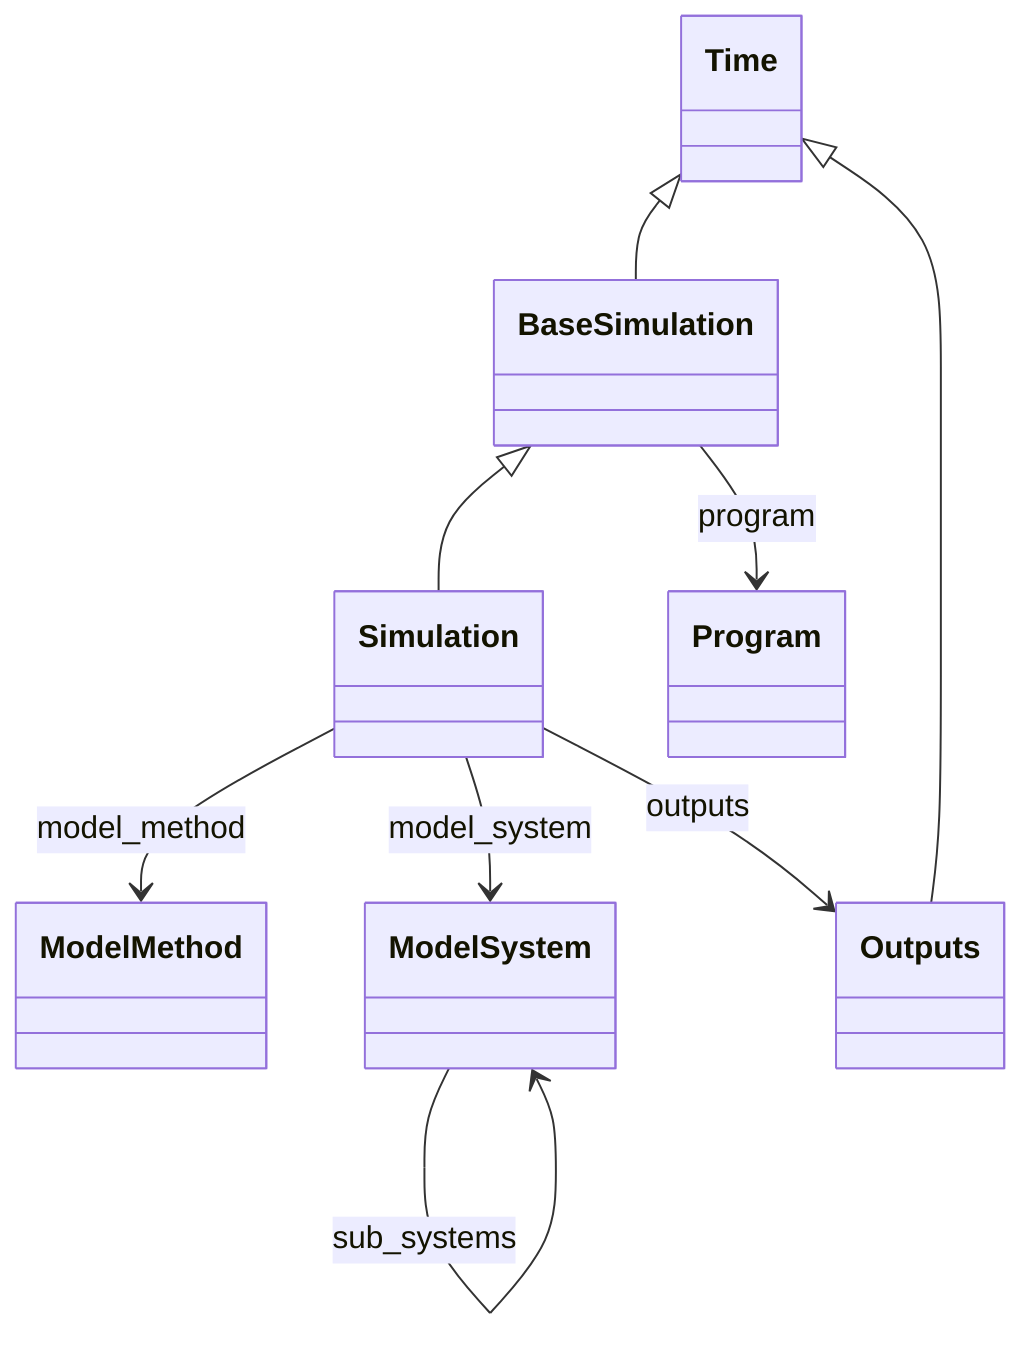
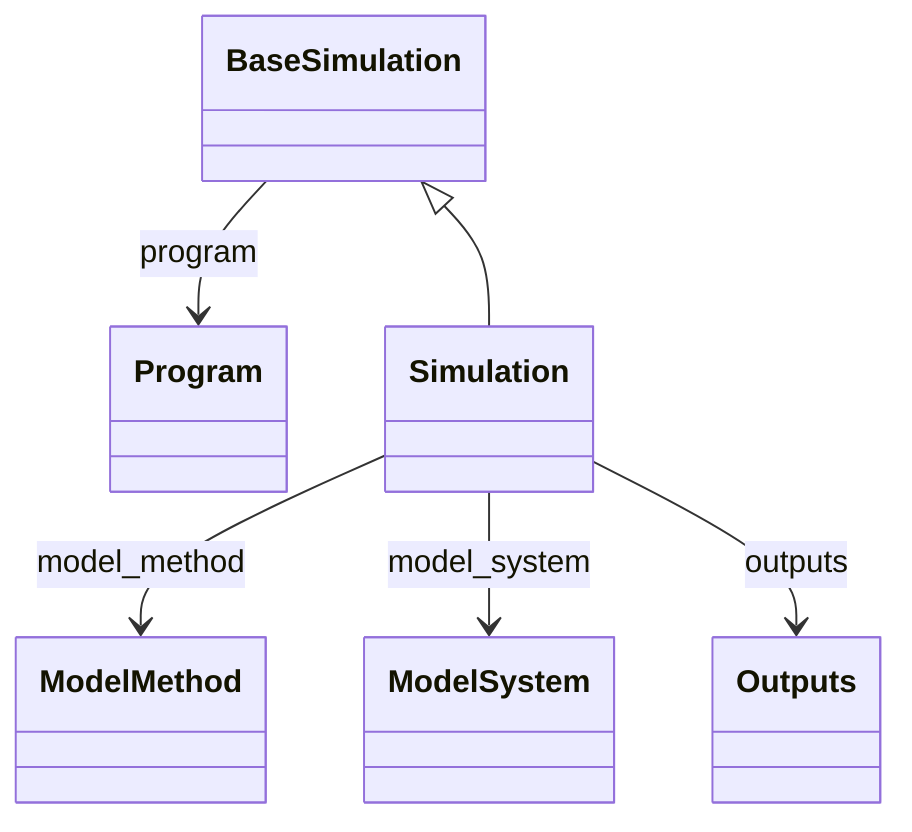
classDiagram
    class BaseSimulation
    class ModelMethod
    class ModelSystem
    class Outputs
    class Program
    class Simulation
-     class Time
-     Time <|-- BaseSimulation
-     Time <|-- Outputs
    BaseSimulation <|-- Simulation
    BaseSimulation --> Program : program
-     ModelSystem --> ModelSystem : sub_systems
    Simulation --> ModelMethod : model_method
    Simulation --> ModelSystem : model_system
    Simulation --> Outputs : outputs
